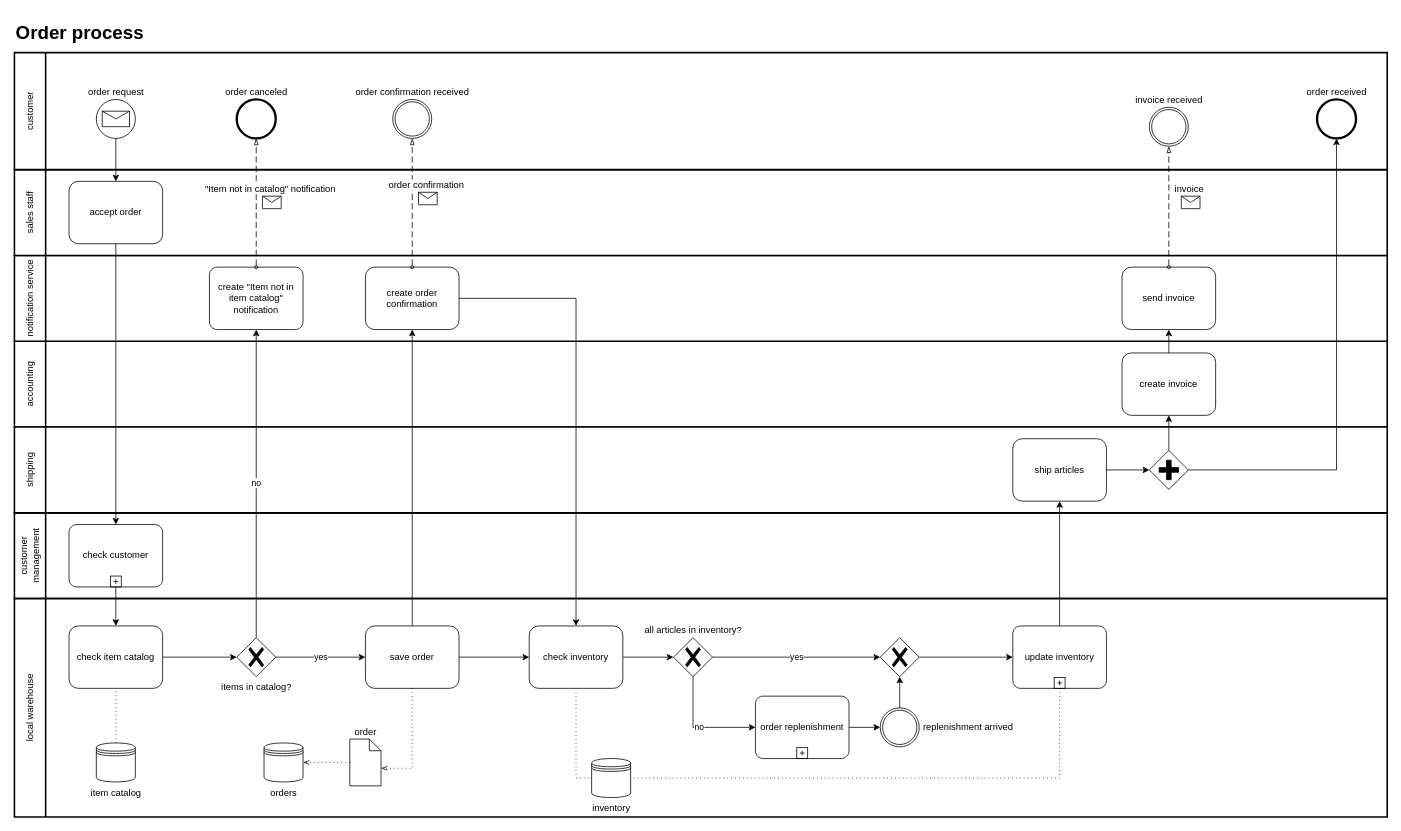
Above: documentation/src/docs/asciidoc/diagrams/order_process_bpmn.drawio in davidohnee/swda (draw.io), before the change. Source tidied: cells renumbered, new cells numbered last; positions are measured from the earlier drawing's top-left corner, leaving out a move shared by most shapes. Both pictures are drawn from the tidied source at 78%, with x=0, y=0 at pixel (14, 13).
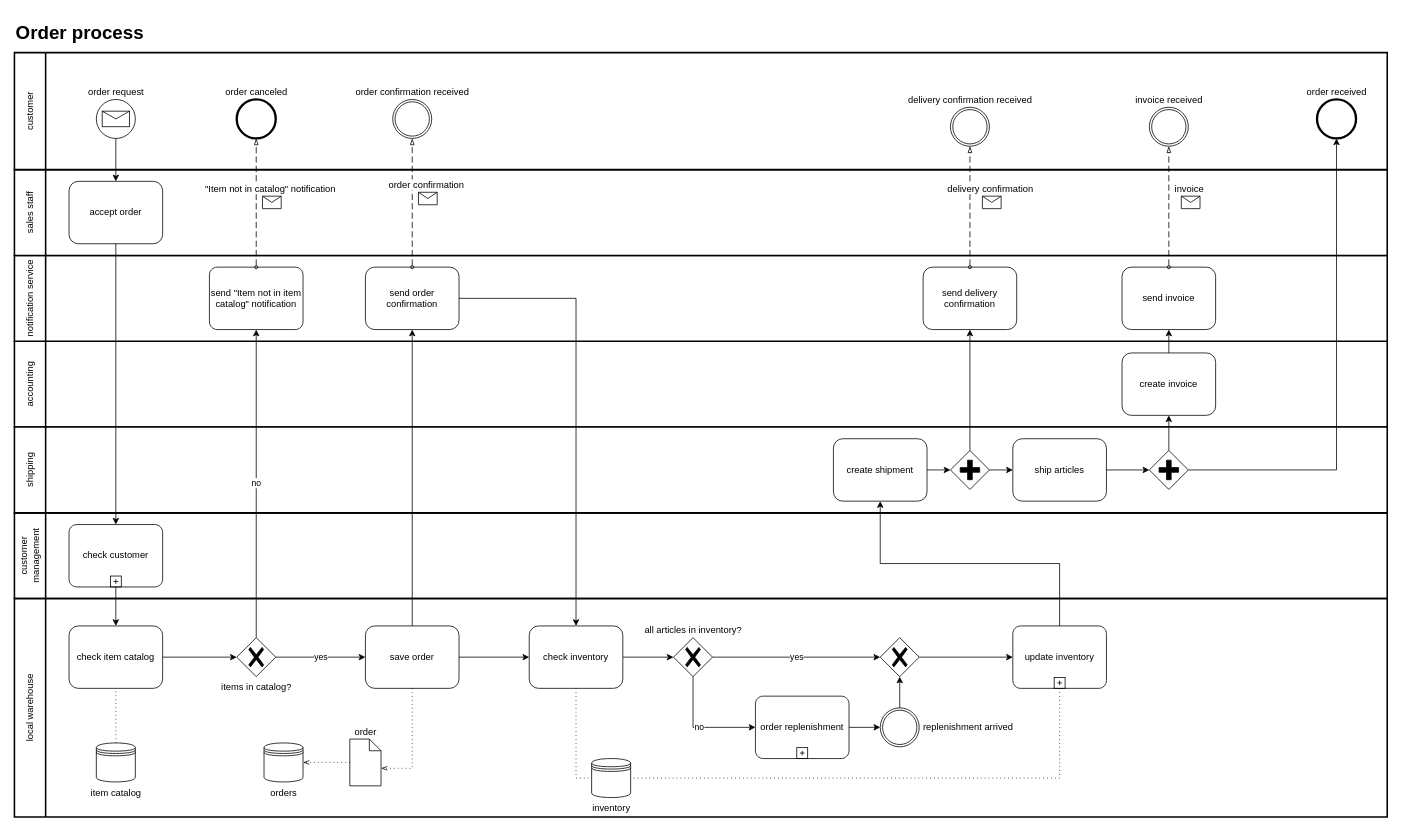
Above is the later version.

Commit message (it also covers changes not shown here):
update bpmn order process for shipment lane

Unchanged cells that the change refers to:
```xml
<mxCell id="6" value="shipping" style="swimlane;html=1;startSize=40;fontStyle=0;horizontal=0;swimlaneLine=1;swimlaneFillColor=#ffffff;strokeWidth=2;whiteSpace=wrap;" parent="1" vertex="1">
  <mxGeometry y="530" width="1760" height="110" as="geometry" />
</mxCell>
<mxCell id="7" value="ship articles" style="html=1;whiteSpace=wrap;rounded=1;" parent="6" vertex="1">
  <mxGeometry x="1280" y="15" width="120" height="80" as="geometry" />
</mxCell>
<mxCell id="10" value="notification service" style="swimlane;html=1;startSize=40;fontStyle=0;horizontal=0;swimlaneLine=1;swimlaneFillColor=#ffffff;strokeWidth=2;whiteSpace=wrap;" parent="1" vertex="1">
  <mxGeometry y="310" width="1760" height="110" as="geometry" />
</mxCell>
<mxCell id="30" value="update inventory" style="points=[[0.25,0,0],[0.5,0,0],[0.75,0,0],[1,0.25,0],[1,0.5,0],[1,0.75,0],[0.75,1,0],[0.5,1,0],[0.25,1,0],[0,0.75,0],[0,0.5,0],[0,0.25,0]];shape=mxgraph.bpmn.task;whiteSpace=wrap;rectStyle=rounded;size=10;html=1;taskMarker=abstract;isLoopSub=1;" parent="14" vertex="1">
  <mxGeometry x="1280" y="35" width="120" height="80" as="geometry" />
</mxCell>
<mxCell id="44" value="customer" style="swimlane;html=1;startSize=40;fontStyle=0;horizontal=0;swimlaneLine=1;swimlaneFillColor=#ffffff;strokeWidth=2;whiteSpace=wrap;" parent="1" vertex="1">
  <mxGeometry y="50" width="1760" height="150" as="geometry" />
</mxCell>
```

The edit, as a diff of the source:
```diff
@@
+    <mxCell id="67" value="create shipment" style="html=1;whiteSpace=wrap;rounded=1;" parent="6" vertex="1">
+      <mxGeometry x="1050" y="15" width="120" height="80" as="geometry" />
+    </mxCell>
+    <mxCell id="68" style="edgeStyle=orthogonalEdgeStyle;rounded=0;jettySize=auto;html=1;exitX=1;exitY=0.5;exitDx=0;exitDy=0;exitPerimeter=0;entryX=0;entryY=0.5;entryDx=0;entryDy=0;" parent="6" edge="1" source="69" target="7">
+      <mxGeometry relative="1" as="geometry" />
+    </mxCell>
+    <mxCell id="69" style="points=[[0.25,0.25,0],[0.5,0,0],[0.75,0.25,0],[1,0.5,0],[0.75,0.75,0],[0.5,1,0],[0.25,0.75,0],[0,0.5,0]];shape=mxgraph.bpmn.gateway2;html=1;verticalLabelPosition=bottom;labelBackgroundColor=#ffffff;verticalAlign=top;align=center;perimeter=rhombusPerimeter;outlineConnect=0;outline=none;symbol=none;gwType=parallel;" parent="6" vertex="1">
+      <mxGeometry x="1200" y="30" width="50" height="50" as="geometry" />
+    </mxCell>
+    <mxCell id="70" style="edgeStyle=orthogonalEdgeStyle;rounded=0;jettySize=auto;html=1;exitX=1;exitY=0.5;exitDx=0;exitDy=0;entryX=0;entryY=0.5;entryDx=0;entryDy=0;entryPerimeter=0;" parent="6" edge="1" source="67" target="69">
+      <mxGeometry relative="1" as="geometry" />
+    </mxCell>
@@
-    <mxCell id="11" value="create &quot;Item not in item catalog&quot; notification" style="points=[[0.25,0,0],[0.5,0,0],[0.75,0,0],[1,0.25,0],[1,0.5,0],[1,0.75,0],[0.75,1,0],[0.5,1,0],[0.25,1,0],[0,0.75,0],[0,0.5,0],[0,0.25,0]];shape=mxgraph.bpmn.task;whiteSpace=wrap;rectStyle=rounded;size=10;html=1;taskMarker=abstract;" parent="10" vertex="1">
+    <mxCell id="11" value="send &quot;Item not in item catalog&quot; notification" style="points=[[0.25,0,0],[0.5,0,0],[0.75,0,0],[1,0.25,0],[1,0.5,0],[1,0.75,0],[0.75,1,0],[0.5,1,0],[0.25,1,0],[0,0.75,0],[0,0.5,0],[0,0.25,0]];shape=mxgraph.bpmn.task;whiteSpace=wrap;rectStyle=rounded;size=10;html=1;taskMarker=abstract;" parent="10" vertex="1">
       <mxGeometry x="250" y="15" width="120" height="80" as="geometry" />
     </mxCell>
-    <mxCell id="12" value="create order confirmation" style="shape=ext;rounded=1;html=1;whiteSpace=wrap;" parent="10" vertex="1">
+    <mxCell id="12" value="send order confirmation" style="shape=ext;rounded=1;html=1;whiteSpace=wrap;" parent="10" vertex="1">
       <mxGeometry x="450" y="15" width="120" height="80" as="geometry" />
     </mxCell>
@@
+    <mxCell id="71" value="send delivery confirmation" style="html=1;whiteSpace=wrap;rounded=1;" parent="10" vertex="1">
+      <mxGeometry x="1165" y="15" width="120" height="80" as="geometry" />
+    </mxCell>
@@
+    <mxCell id="72" value="delivery confirmation received" style="points=[[0.145,0.145,0],[0.5,0,0],[0.855,0.145,0],[1,0.5,0],[0.855,0.855,0],[0.5,1,0],[0.145,0.855,0],[0,0.5,0]];shape=mxgraph.bpmn.event;html=1;verticalLabelPosition=top;labelBackgroundColor=#ffffff;verticalAlign=bottom;align=center;perimeter=ellipsePerimeter;outlineConnect=0;outline=throwing;symbol=general;labelPosition=center;" parent="44" vertex="1">
+      <mxGeometry x="1200" y="70" width="50" height="50" as="geometry" />
+    </mxCell>
@@
-    <mxCell id="63" style="edgeStyle=orthogonalEdgeStyle;rounded=0;jettySize=auto;html=1;exitX=0.5;exitY=0;exitDx=0;exitDy=0;exitPerimeter=0;entryX=0.5;entryY=1;entryDx=0;entryDy=0;" parent="1" edge="1" source="30" target="7">
+    <mxCell id="63" style="edgeStyle=orthogonalEdgeStyle;rounded=0;jettySize=auto;html=1;exitX=0.5;exitY=0;exitDx=0;exitDy=0;exitPerimeter=0;entryX=0.5;entryY=1;entryDx=0;entryDy=0;" parent="1" edge="1" source="30" target="67">
       <mxGeometry relative="1" as="geometry" />
     </mxCell>
@@
+    <mxCell id="73" style="endArrow=blockThin;html=1;labelPosition=center;verticalLabelPosition=top;align=center;verticalAlign=bottom;dashed=1;dashPattern=8 4;endFill=0;startArrow=oval;startFill=0;endSize=6;startSize=4;rounded=0;entryX=0.5;entryY=1;entryDx=0;entryDy=0;entryPerimeter=0;exitX=0.5;exitY=0;exitDx=0;exitDy=0;" parent="1" edge="1" source="71" target="72">
+      <mxGeometry x="0.43" y="-10" relative="1" as="geometry" />
+    </mxCell>
+    <mxCell id="74" value="delivery confirmation" style="shape=message;html=1;labelPosition=center;verticalLabelPosition=top;align=center;verticalAlign=bottom;spacingRight=5;labelBackgroundColor=#ffffff;" parent="73" vertex="1">
+      <mxGeometry width="24" height="16" relative="1" as="geometry">
+        <mxPoint x="16" y="-13" as="offset" />
+      </mxGeometry>
+    </mxCell>
+    <mxCell id="75" style="edgeStyle=orthogonalEdgeStyle;rounded=0;jettySize=auto;html=1;exitX=0.5;exitY=0;exitDx=0;exitDy=0;exitPerimeter=0;entryX=0.5;entryY=1;entryDx=0;entryDy=0;" parent="1" edge="1" source="69" target="71">
+      <mxGeometry relative="1" as="geometry" />
+    </mxCell>
```
